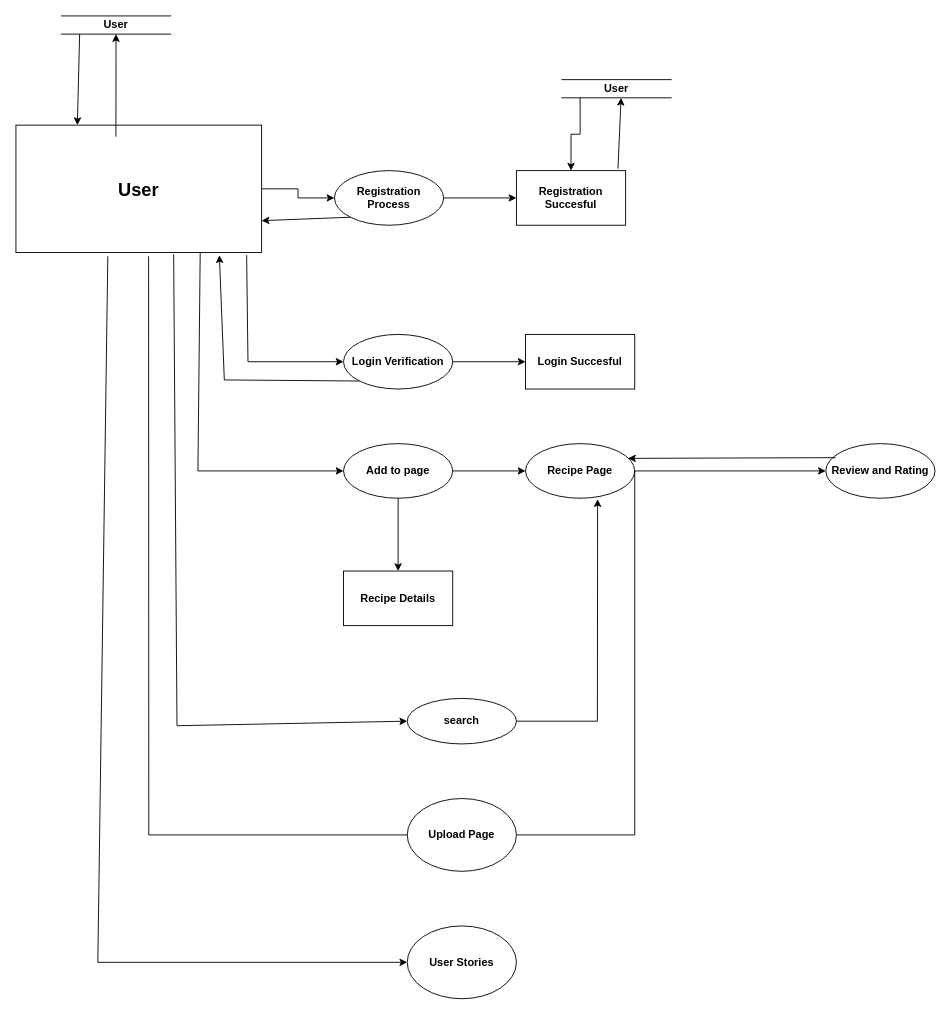
The draw.io diagram starter/Untitled Diagram.drawio in Athot/Athot, before the edit. Source tidied: cells renumbered, new cells numbered last; positions are measured from the earlier drawing's top-left corner, leaving out a move shared by most shapes. Both pictures are drawn from the tidied source at 91%, with x=0, y=0 at pixel (15, 15).
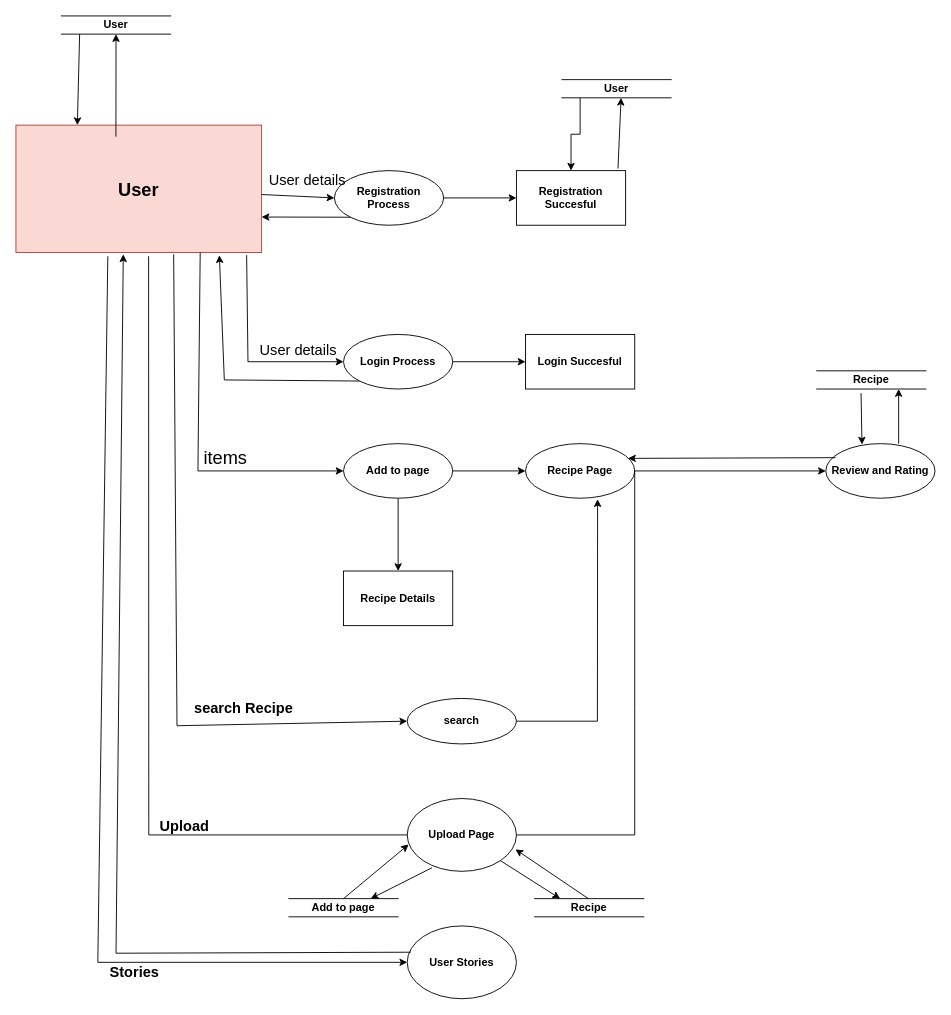
Above is the later version.

Commit message:
NEFR DFD

The change refers to these unchanged cells:
```xml
<mxCell id="5" value="&lt;b&gt;Registration Process&lt;/b&gt;" style="ellipse;whiteSpace=wrap;html=1;rounded=0;" parent="1" vertex="1">
  <mxGeometry x="350" y="170" width="120" height="60" as="geometry" />
</mxCell>
<mxCell id="17" value="&lt;b&gt;Upload Page&lt;/b&gt;" style="ellipse;whiteSpace=wrap;html=1;" parent="1" vertex="1">
  <mxGeometry x="430" y="860" width="120" height="80" as="geometry" />
</mxCell>
<mxCell id="20" value="&lt;b&gt;Review and Rating&lt;/b&gt;" style="ellipse;whiteSpace=wrap;html=1;rounded=0;" parent="1" vertex="1">
  <mxGeometry x="890" y="470" width="120" height="60" as="geometry" />
</mxCell>
<mxCell id="33" style="endArrow=classic;html=1;rounded=0;exitX=0.374;exitY=1.029;exitDx=0;exitDy=0;exitPerimeter=0;" parent="1" edge="1" source="3" target="34">
  <mxGeometry relative="1" as="geometry">
    <Array as="points">
      <mxPoint x="90" y="1040" />
    </Array>
  </mxGeometry>
</mxCell>
<mxCell id="34" value="&lt;b&gt;User Stories&lt;/b&gt;" style="ellipse;whiteSpace=wrap;html=1;" parent="1" vertex="1">
  <mxGeometry x="430" y="1000" width="120" height="80" as="geometry" />
</mxCell>
```

What changed in the source:
```diff
@@
-    <mxCell id="2" style="edgeStyle=orthogonalEdgeStyle;rounded=0;jettySize=auto;html=1;" parent="1" edge="1" source="3" target="5">
-      <mxGeometry relative="1" as="geometry" />
-    </mxCell>
-    <mxCell id="3" value="&lt;b style=&quot;line-height: 1.3;&quot;&gt;&lt;font style=&quot;font-size: 20px;&quot;&gt;User&lt;/font&gt;&lt;/b&gt;" style="rounded=0;whiteSpace=wrap;html=1;" parent="1" vertex="1">
+    <mxCell id="3" value="&lt;b style=&quot;line-height: 1.3;&quot;&gt;&lt;font style=&quot;font-size: 20px;&quot;&gt;User&lt;/font&gt;&lt;/b&gt;" style="rounded=0;whiteSpace=wrap;html=1;fillColor=#fad9d5;strokeColor=#ae4132;" parent="1" vertex="1">
       <mxGeometry y="120" width="270" height="140" as="geometry" />
     </mxCell>
@@
-    <mxCell id="8" value="&lt;b&gt;Login Verification&lt;/b&gt;" style="ellipse;whiteSpace=wrap;html=1;rounded=0;" parent="1" vertex="1">
+    <mxCell id="8" value="&lt;b&gt;Login Process&lt;/b&gt;" style="ellipse;whiteSpace=wrap;html=1;rounded=0;" parent="1" vertex="1">
       <mxGeometry x="360" y="350" width="120" height="60" as="geometry" />
     </mxCell>
@@
-    <mxCell id="31" style="endArrow=classic;html=1;rounded=0;entryX=1;entryY=0.75;entryDx=0;entryDy=0;exitX=0;exitY=1;exitDx=0;exitDy=0;" parent="1" edge="1" source="5" target="3">
-      <mxGeometry relative="1" as="geometry" />
+    <mxCell id="31" style="endArrow=classic;html=1;rounded=0;exitX=0;exitY=1;exitDx=0;exitDy=0;" parent="1" edge="1" source="5">
+      <mxGeometry relative="1" as="geometry">
+        <mxPoint x="270" y="221" as="targetPoint" />
+      </mxGeometry>
     </mxCell>
@@
+    <mxCell id="36" value="&lt;b&gt;Stories&lt;/b&gt;" style="edgeLabel;html=1;align=center;verticalAlign=middle;fontSize=16;" parent="33" vertex="1">
+      <mxGeometry x="0.44" y="-5" relative="1" as="geometry">
+        <mxPoint x="12" y="5" as="offset" />
+      </mxGeometry>
+    </mxCell>
@@
+    <mxCell id="37" value="&lt;b&gt;Recipe&lt;/b&gt;" style="shape=partialRectangle;whiteSpace=wrap;html=1;left=0;right=0;fillColor=none;" parent="1" vertex="1">
+      <mxGeometry x="880" y="390" width="120" height="20" as="geometry" />
+    </mxCell>
+    <mxCell id="38" style="endArrow=classic;html=1;rounded=0;fontSize=20;entryX=0.75;entryY=1;entryDx=0;entryDy=0;" parent="1" edge="1" target="37">
+      <mxGeometry relative="1" as="geometry">
+        <mxPoint x="970" y="470" as="sourcePoint" />
+      </mxGeometry>
+    </mxCell>
+    <mxCell id="39" style="endArrow=classic;html=1;rounded=0;fontSize=20;exitX=0.406;exitY=1.223;exitDx=0;exitDy=0;exitPerimeter=0;entryX=0.331;entryY=0.017;entryDx=0;entryDy=0;entryPerimeter=0;" parent="1" edge="1" source="37" target="20">
+      <mxGeometry relative="1" as="geometry" />
+    </mxCell>
+    <mxCell id="40" value="items" style="text;html=1;align=center;verticalAlign=middle;strokeColor=none;fillColor=none;fontSize=20;" parent="1" vertex="1">
+      <mxGeometry x="200" y="470" width="60" height="30" as="geometry" />
+    </mxCell>
+    <mxCell id="41" value="&lt;font style=&quot;font-size: 16px;&quot;&gt;User details&lt;/font&gt;" style="text;html=1;align=center;verticalAlign=middle;strokeColor=none;fillColor=none;fontSize=20;" parent="1" vertex="1">
+      <mxGeometry x="260" y="350" width="100" height="30" as="geometry" />
+    </mxCell>
+    <mxCell id="42" value="User details" style="text;html=1;align=center;verticalAlign=middle;strokeColor=none;fillColor=none;fontSize=16;" parent="1" vertex="1">
+      <mxGeometry x="270" y="170" width="100" height="20" as="geometry" />
+    </mxCell>
+    <mxCell id="2" style="endArrow=classic;html=1;rounded=0;fontSize=16;entryX=0;entryY=0.5;entryDx=0;entryDy=0;" parent="1" edge="1" source="3" target="5">
+      <mxGeometry relative="1" as="geometry" />
+    </mxCell>
+    <mxCell id="43" value="&lt;b&gt;search Recipe&lt;/b&gt;" style="text;html=1;align=center;verticalAlign=middle;strokeColor=none;fillColor=none;fontSize=16;" parent="1" vertex="1">
+      <mxGeometry x="190" y="750" width="120" height="20" as="geometry" />
+    </mxCell>
+    <mxCell id="44" style="endArrow=classic;html=1;rounded=0;fontSize=16;exitX=0.031;exitY=0.361;exitDx=0;exitDy=0;exitPerimeter=0;entryX=0.437;entryY=1.014;entryDx=0;entryDy=0;entryPerimeter=0;" parent="1" edge="1" source="34" target="3">
+      <mxGeometry relative="1" as="geometry">
+        <Array as="points">
+          <mxPoint x="110" y="1030" />
+        </Array>
+      </mxGeometry>
+    </mxCell>
+    <mxCell id="45" value="&lt;b&gt;Recipe&lt;/b&gt;" style="shape=partialRectangle;whiteSpace=wrap;html=1;left=0;right=0;fillColor=none;" parent="1" vertex="1">
+      <mxGeometry x="570" y="970" width="120" height="20" as="geometry" />
+    </mxCell>
+    <mxCell id="46" value="&lt;b&gt;Add to page&lt;/b&gt;" style="shape=partialRectangle;whiteSpace=wrap;html=1;left=0;right=0;fillColor=none;" parent="1" vertex="1">
+      <mxGeometry x="300" y="970" width="120" height="20" as="geometry" />
+    </mxCell>
+    <mxCell id="47" style="endArrow=classic;html=1;rounded=0;fontSize=16;exitX=0.5;exitY=0;exitDx=0;exitDy=0;entryX=0.013;entryY=0.631;entryDx=0;entryDy=0;entryPerimeter=0;" parent="1" edge="1" source="46" target="17">
+      <mxGeometry relative="1" as="geometry" />
+    </mxCell>
+    <mxCell id="48" style="endArrow=classic;html=1;rounded=0;fontSize=16;exitX=0.5;exitY=0;exitDx=0;exitDy=0;entryX=0.991;entryY=0.698;entryDx=0;entryDy=0;entryPerimeter=0;" parent="1" edge="1" target="17">
+      <mxGeometry relative="1" as="geometry">
+        <mxPoint x="629" y="970" as="sourcePoint" />
+      </mxGeometry>
+    </mxCell>
+    <mxCell id="49" style="endArrow=classic;html=1;rounded=0;fontSize=16;exitX=0.227;exitY=0.951;exitDx=0;exitDy=0;entryX=0.991;entryY=0.698;entryDx=0;entryDy=0;entryPerimeter=0;exitPerimeter=0;" parent="1" edge="1" source="17">
+      <mxGeometry relative="1" as="geometry">
+        <mxPoint x="389.9" y="970" as="targetPoint" />
+      </mxGeometry>
+    </mxCell>
+    <mxCell id="50" style="endArrow=classic;html=1;rounded=0;fontSize=16;exitX=1;exitY=1;exitDx=0;exitDy=0;entryX=0.991;entryY=0.698;entryDx=0;entryDy=0;entryPerimeter=0;" parent="1" edge="1" source="17">
+      <mxGeometry relative="1" as="geometry">
+        <mxPoint x="598" y="970" as="targetPoint" />
+      </mxGeometry>
+    </mxCell>
+    <mxCell id="51" value="&lt;b&gt;Upload&lt;/b&gt;" style="text;html=1;align=center;verticalAlign=middle;strokeColor=none;fillColor=none;fontSize=16;" parent="1" vertex="1">
+      <mxGeometry x="150" y="880" width="70" height="20" as="geometry" />
+    </mxCell>
```
